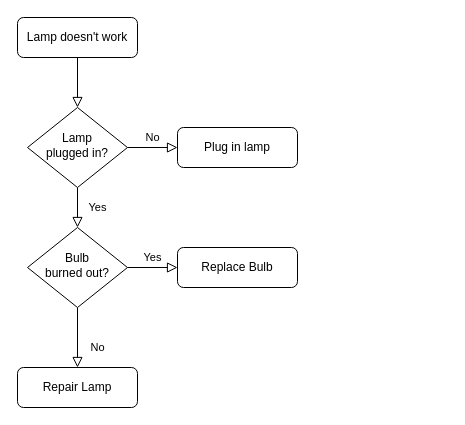
Earlier version of the draw.io diagram Untitled Diagram.drawio (rochmark/cv). Source tidied: cells renumbered, new cells numbered last; positions are measured from the earlier drawing's top-left corner, leaving out a move shared by most shapes. Both pictures are drawn from the tidied source at 100%, with x=0, y=0 at pixel (17, 17).
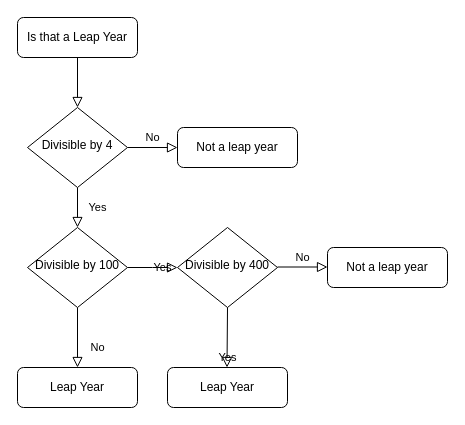
After the change.

Commit message:
Leap Year

The edit, as a diff of the source:
```diff
@@
 <mxGraphModel>
   <root>
     <mxCell id="0" />
     <mxCell id="1" parent="0" />
     <mxCell id="2" style="rounded=0;html=1;jettySize=auto;fontSize=11;endArrow=block;endFill=0;endSize=8;strokeWidth=1;shadow=0;labelBackgroundColor=none;edgeStyle=orthogonalEdgeStyle;" parent="1" edge="1" source="3" target="6">
       <mxGeometry relative="1" as="geometry" />
     </mxCell>
-    <mxCell id="3" value="Lamp doesn't work" style="rounded=1;whiteSpace=wrap;html=1;fontSize=12;glass=0;strokeWidth=1;shadow=0;" parent="1" vertex="1">
+    <mxCell id="3" value="Is that a Leap Year" style="rounded=1;whiteSpace=wrap;html=1;fontSize=12;glass=0;strokeWidth=1;shadow=0;" parent="1" vertex="1">
       <mxGeometry width="120" height="40" as="geometry" />
     </mxCell>
     <mxCell id="4" value="Yes" style="rounded=0;html=1;jettySize=auto;fontSize=11;endArrow=block;endFill=0;endSize=8;strokeWidth=1;shadow=0;labelBackgroundColor=none;edgeStyle=orthogonalEdgeStyle;" parent="1" edge="1" source="6" target="10">
       <mxGeometry y="20" relative="1" as="geometry" />
     </mxCell>
     <mxCell id="5" value="No" style="edgeStyle=orthogonalEdgeStyle;rounded=0;html=1;jettySize=auto;fontSize=11;endArrow=block;endFill=0;endSize=8;strokeWidth=1;shadow=0;labelBackgroundColor=none;" parent="1" edge="1" source="6" target="7">
       <mxGeometry y="10" relative="1" as="geometry" />
     </mxCell>
-    <mxCell id="6" value="Lamp&lt;br&gt;plugged in?" style="rhombus;whiteSpace=wrap;html=1;shadow=0;fontFamily=Helvetica;fontSize=12;align=center;strokeWidth=1;spacing=6;spacingTop=-4;" parent="1" vertex="1">
+    <mxCell id="6" value="Divisible by 4" style="rhombus;whiteSpace=wrap;html=1;shadow=0;fontFamily=Helvetica;fontSize=12;align=center;strokeWidth=1;spacing=6;spacingTop=-4;" parent="1" vertex="1">
       <mxGeometry x="10" y="90" width="100" height="80" as="geometry" />
     </mxCell>
-    <mxCell id="7" value="Plug in lamp" style="rounded=1;whiteSpace=wrap;html=1;fontSize=12;glass=0;strokeWidth=1;shadow=0;" parent="1" vertex="1">
+    <mxCell id="7" value="Not a leap year" style="rounded=1;whiteSpace=wrap;html=1;fontSize=12;glass=0;strokeWidth=1;shadow=0;" parent="1" vertex="1">
       <mxGeometry x="160" y="110" width="120" height="40" as="geometry" />
     </mxCell>
     <mxCell id="8" value="No" style="rounded=0;html=1;jettySize=auto;fontSize=11;endArrow=block;endFill=0;endSize=8;strokeWidth=1;shadow=0;labelBackgroundColor=none;edgeStyle=orthogonalEdgeStyle;" parent="1" edge="1" source="10" target="11">
       <mxGeometry x="0.33" y="20" relative="1" as="geometry" />
     </mxCell>
-    <mxCell id="9" value="Yes" style="edgeStyle=orthogonalEdgeStyle;rounded=0;html=1;jettySize=auto;fontSize=11;endArrow=block;endFill=0;endSize=8;strokeWidth=1;shadow=0;labelBackgroundColor=none;" parent="1" edge="1" source="10" target="12">
-      <mxGeometry y="10" relative="1" as="geometry" />
+    <mxCell id="9" value="Yes" style="edgeStyle=orthogonalEdgeStyle;rounded=0;html=1;jettySize=auto;fontSize=11;endArrow=block;endFill=0;endSize=8;strokeWidth=1;shadow=0;labelBackgroundColor=none;" parent="1" edge="1" source="10">
+      <mxGeometry y="10" relative="1" as="geometry">
+        <mxPoint x="160" y="250" as="targetPoint" />
+      </mxGeometry>
     </mxCell>
-    <mxCell id="10" value="Bulb&lt;br&gt;burned out?" style="rhombus;whiteSpace=wrap;html=1;shadow=0;fontFamily=Helvetica;fontSize=12;align=center;strokeWidth=1;spacing=6;spacingTop=-4;" parent="1" vertex="1">
+    <mxCell id="10" value="Divisible by 100" style="rhombus;whiteSpace=wrap;html=1;shadow=0;fontFamily=Helvetica;fontSize=12;align=center;strokeWidth=1;spacing=6;spacingTop=-4;" parent="1" vertex="1">
       <mxGeometry x="10" y="210" width="100" height="80" as="geometry" />
     </mxCell>
-    <mxCell id="11" value="Repair Lamp" style="rounded=1;whiteSpace=wrap;html=1;fontSize=12;glass=0;strokeWidth=1;shadow=0;" parent="1" vertex="1">
+    <mxCell id="11" value="Leap Year" style="rounded=1;whiteSpace=wrap;html=1;fontSize=12;glass=0;strokeWidth=1;shadow=0;" parent="1" vertex="1">
       <mxGeometry y="350" width="120" height="40" as="geometry" />
     </mxCell>
-    <mxCell id="12" value="Replace Bulb" style="rounded=1;whiteSpace=wrap;html=1;fontSize=12;glass=0;strokeWidth=1;shadow=0;" parent="1" vertex="1">
-      <mxGeometry x="160" y="230" width="120" height="40" as="geometry" />
-    </mxCell>
+    <mxCell id="13" value="Divisible by 400" style="rhombus;whiteSpace=wrap;html=1;shadow=0;fontFamily=Helvetica;fontSize=12;align=center;strokeWidth=1;spacing=6;spacingTop=-4;" parent="1" vertex="1">
+      <mxGeometry x="160" y="210" width="100" height="80" as="geometry" />
+    </mxCell>
+    <mxCell id="14" value="Leap Year" style="rounded=1;whiteSpace=wrap;html=1;fontSize=12;glass=0;strokeWidth=1;shadow=0;" parent="1" vertex="1">
+      <mxGeometry x="150" y="350" width="120" height="40" as="geometry" />
+    </mxCell>
+    <mxCell id="15" value="Not a leap year" style="rounded=1;whiteSpace=wrap;html=1;fontSize=12;glass=0;strokeWidth=1;shadow=0;" parent="1" vertex="1">
+      <mxGeometry x="310" y="230" width="120" height="40" as="geometry" />
+    </mxCell>
+    <mxCell id="16" value="Yes" style="rounded=0;html=1;jettySize=auto;fontSize=11;endArrow=block;endFill=0;endSize=8;strokeWidth=1;shadow=0;labelBackgroundColor=none;edgeStyle=orthogonalEdgeStyle;exitX=0.5;exitY=1;exitDx=0;exitDy=0;" parent="1" edge="1" source="13">
+      <mxGeometry x="-0.01" y="-20" relative="1" as="geometry">
+        <mxPoint x="209.5" y="350" as="targetPoint" />
+        <mxPoint x="20" y="20" as="offset" />
+      </mxGeometry>
+    </mxCell>
+    <mxCell id="17" value="No" style="edgeStyle=orthogonalEdgeStyle;rounded=0;html=1;jettySize=auto;orthogonalLoop=1;fontSize=11;endArrow=block;endFill=0;endSize=8;strokeWidth=1;shadow=0;labelBackgroundColor=none;" parent="1" edge="1">
+      <mxGeometry y="10" relative="1" as="geometry">
+        <mxPoint x="260" y="249.5" as="sourcePoint" />
+        <mxPoint x="310" y="249.5" as="targetPoint" />
+      </mxGeometry>
+    </mxCell>
   </root>
 </mxGraphModel>
```
